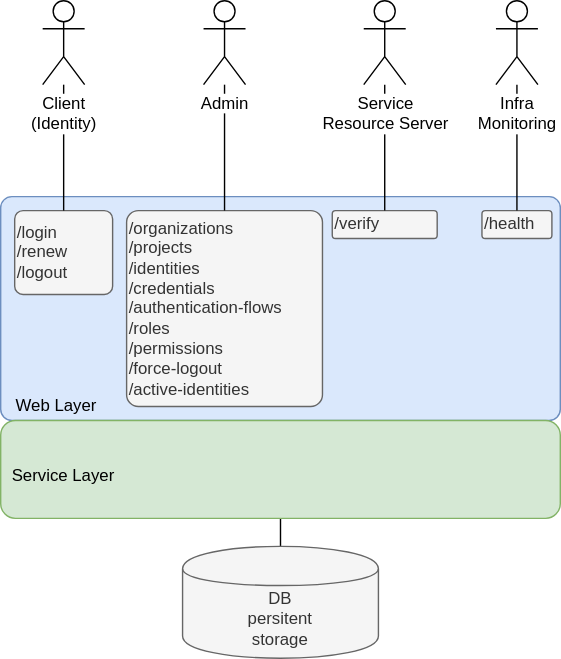
Above: docs/IAM-service-architecture.svg in jveverka/iam-service (draw.io), before the change. Source tidied: cells renumbered, new cells last; positions are measured from the earlier drawing's top-left corner, leaving out a move shared by most shapes. Its diagram source:
```xml
<mxGraphModel>
  <root>
    <mxCell id="0" />
    <mxCell id="1" parent="0" />
    <mxCell id="2" style="rounded=1;whiteSpace=wrap;html=1;arcSize=5;fillColor=#dae8fc;strokeColor=#6c8ebf;" parent="1" vertex="1">
      <mxGeometry y="140" width="400" height="160" as="geometry" />
    </mxCell>
    <mxCell id="3" value="/login&lt;br&gt;/renew&lt;br&gt;&lt;div&gt;&lt;span&gt;/logout&lt;/span&gt;&lt;/div&gt;" style="rounded=1;whiteSpace=wrap;html=1;align=left;arcSize=10;fillColor=#f5f5f5;strokeColor=#666666;fontColor=#333333;" parent="1" vertex="1">
      <mxGeometry x="10" y="150" width="70" height="60" as="geometry" />
    </mxCell>
    <mxCell id="4" value="/organizations&lt;br&gt;/projects&lt;br&gt;/identities&lt;br&gt;/credentials&lt;br&gt;/authentication-flows&lt;br&gt;/roles&lt;br&gt;/permissions&lt;br&gt;/force-logout&lt;br&gt;/active-identities" style="rounded=1;whiteSpace=wrap;html=1;align=left;arcSize=6;fillColor=#f5f5f5;strokeColor=#666666;fontColor=#333333;" parent="1" vertex="1">
      <mxGeometry x="90" y="150" width="140" height="140" as="geometry" />
    </mxCell>
    <mxCell id="5" value="/health" style="rounded=1;whiteSpace=wrap;html=1;align=left;arcSize=12;fillColor=#f5f5f5;strokeColor=#666666;fontColor=#333333;" parent="1" vertex="1">
      <mxGeometry x="344" y="150" width="50" height="20" as="geometry" />
    </mxCell>
    <mxCell id="6" style="edgeStyle=orthogonalEdgeStyle;rounded=0;jettySize=auto;html=1;endArrow=none;endFill=0;" parent="1" edge="1" source="7" target="11">
      <mxGeometry relative="1" as="geometry" />
    </mxCell>
    <mxCell id="7" style="rounded=1;whiteSpace=wrap;html=1;fillColor=#d5e8d4;strokeColor=#82b366;" parent="1" vertex="1">
      <mxGeometry y="300" width="400" height="70" as="geometry" />
    </mxCell>
    <mxCell id="8" value="Web Layer" style="text;html=1;strokeColor=none;fillColor=none;align=center;verticalAlign=middle;whiteSpace=wrap;rounded=0;" parent="1" vertex="1">
      <mxGeometry y="280" width="80" height="20" as="geometry" />
    </mxCell>
    <mxCell id="9" value="/verify" style="rounded=1;whiteSpace=wrap;html=1;align=left;arcSize=12;fillColor=#f5f5f5;strokeColor=#666666;fontColor=#333333;" parent="1" vertex="1">
      <mxGeometry x="237" y="150" width="75" height="20" as="geometry" />
    </mxCell>
    <mxCell id="10" value="Service Layer" style="text;html=1;strokeColor=none;fillColor=none;align=center;verticalAlign=middle;whiteSpace=wrap;rounded=0;" parent="1" vertex="1">
      <mxGeometry y="330" width="90" height="20" as="geometry" />
    </mxCell>
    <mxCell id="11" value="DB&lt;br&gt;persitent&lt;br&gt;storage" style="shape=cylinder;whiteSpace=wrap;html=1;boundedLbl=1;backgroundOutline=1;fillColor=#f5f5f5;strokeColor=#666666;fontColor=#333333;" parent="1" vertex="1">
      <mxGeometry x="130" y="390" width="140" height="80" as="geometry" />
    </mxCell>
    <mxCell id="12" style="edgeStyle=orthogonalEdgeStyle;rounded=0;jettySize=auto;html=1;endArrow=none;endFill=0;" parent="1" edge="1" source="13" target="3">
      <mxGeometry relative="1" as="geometry" />
    </mxCell>
    <mxCell id="13" value="Client&lt;br&gt;(Identity)" style="shape=umlActor;verticalLabelPosition=bottom;labelBackgroundColor=#ffffff;verticalAlign=top;html=1;outlineConnect=0;" parent="1" vertex="1">
      <mxGeometry x="30" width="30" height="60" as="geometry" />
    </mxCell>
    <mxCell id="14" style="edgeStyle=orthogonalEdgeStyle;rounded=0;jettySize=auto;html=1;endArrow=none;endFill=0;" parent="1" edge="1" source="15" target="4">
      <mxGeometry relative="1" as="geometry" />
    </mxCell>
    <mxCell id="15" value="Admin" style="shape=umlActor;verticalLabelPosition=bottom;labelBackgroundColor=#ffffff;verticalAlign=top;html=1;outlineConnect=0;" parent="1" vertex="1">
      <mxGeometry x="145" width="30" height="60" as="geometry" />
    </mxCell>
    <mxCell id="16" style="edgeStyle=orthogonalEdgeStyle;rounded=0;jettySize=auto;html=1;endArrow=none;endFill=0;" parent="1" edge="1" source="17" target="9">
      <mxGeometry relative="1" as="geometry" />
    </mxCell>
    <mxCell id="17" value="Service&lt;br&gt;Resource Server" style="shape=umlActor;verticalLabelPosition=bottom;labelBackgroundColor=#ffffff;verticalAlign=top;html=1;outlineConnect=0;" parent="1" vertex="1">
      <mxGeometry x="259.5" width="30" height="60" as="geometry" />
    </mxCell>
    <mxCell id="18" style="edgeStyle=orthogonalEdgeStyle;rounded=0;jettySize=auto;html=1;endArrow=none;endFill=0;" parent="1" edge="1" source="19" target="5">
      <mxGeometry relative="1" as="geometry" />
    </mxCell>
    <mxCell id="19" value="Infra&lt;br&gt;Monitoring" style="shape=umlActor;verticalLabelPosition=bottom;labelBackgroundColor=#ffffff;verticalAlign=top;html=1;outlineConnect=0;" parent="1" vertex="1">
      <mxGeometry x="354" width="30" height="60" as="geometry" />
    </mxCell>
  </root>
</mxGraphModel>
```
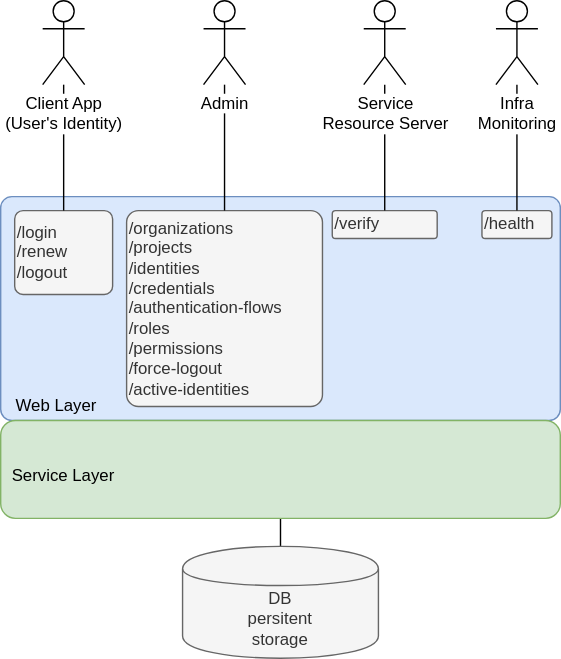
The same file after the commit.

The edit, as a diff of the source:
```diff
@@ -35,7 +35,7 @@
     <mxCell id="12" style="edgeStyle=orthogonalEdgeStyle;rounded=0;jettySize=auto;html=1;endArrow=none;endFill=0;" parent="1" edge="1" source="13" target="3">
       <mxGeometry relative="1" as="geometry" />
     </mxCell>
-    <mxCell id="13" value="Client&lt;br&gt;(Identity)" style="shape=umlActor;verticalLabelPosition=bottom;labelBackgroundColor=#ffffff;verticalAlign=top;html=1;outlineConnect=0;" parent="1" vertex="1">
+    <mxCell id="13" value="Client App&lt;br&gt;(User's Identity)" style="shape=umlActor;verticalLabelPosition=bottom;labelBackgroundColor=#ffffff;verticalAlign=top;html=1;outlineConnect=0;" parent="1" vertex="1">
       <mxGeometry x="30" width="30" height="60" as="geometry" />
     </mxCell>
     <mxCell id="14" style="edgeStyle=orthogonalEdgeStyle;rounded=0;jettySize=auto;html=1;endArrow=none;endFill=0;" parent="1" edge="1" source="15" target="4">
```
